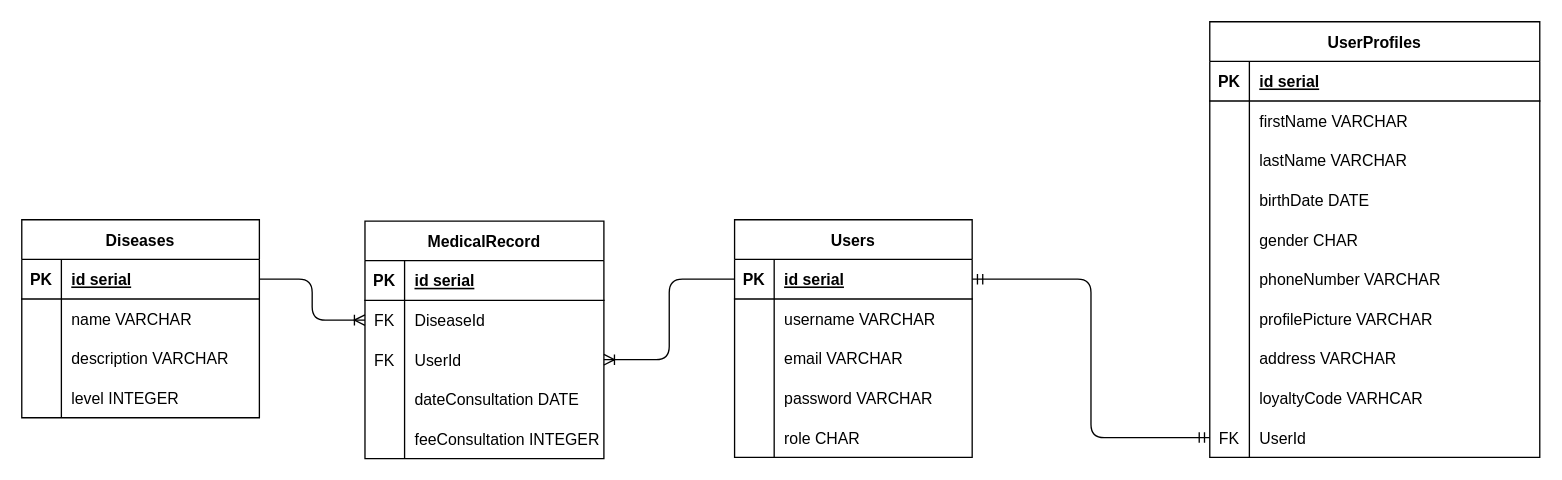
This is schema.drawio from liliane673/GetWellSoon, a draw.io file, before an edit. Source tidied: cells renumbered, new cells numbered last; positions are measured from the earlier drawing's top-left corner, leaving out a move shared by most shapes. Both pictures are drawn from the tidied source at 132%, with x=0, y=0 at pixel (21, 21).
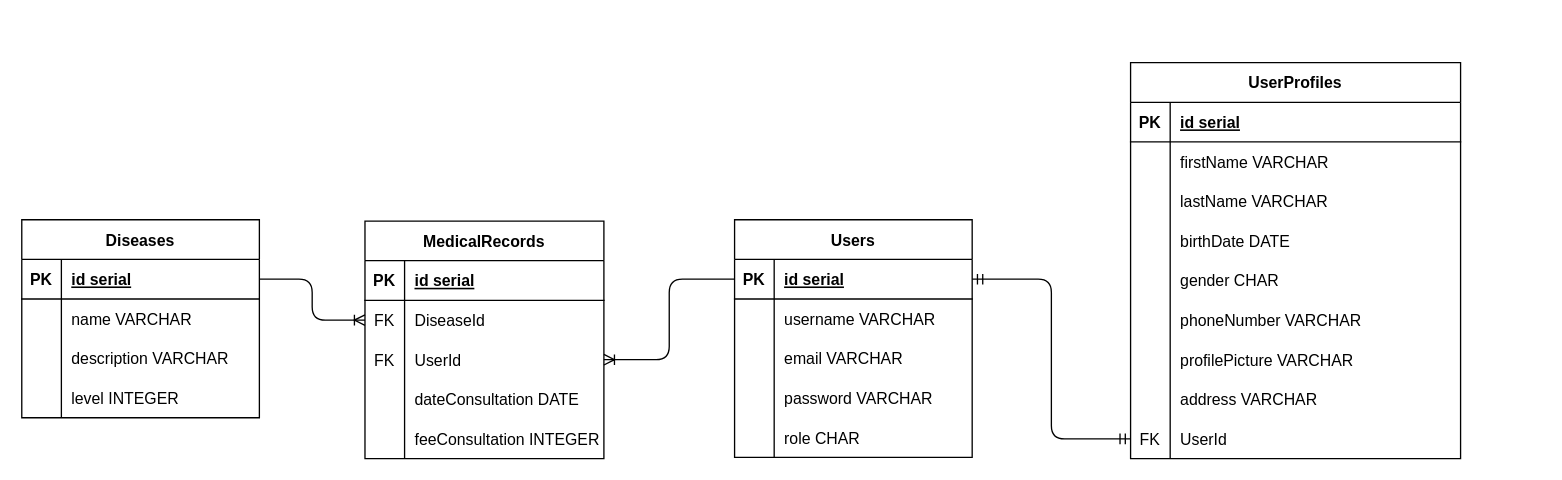
Above is the later version.

Diff of the diagram source:
```diff
@@
     <mxCell id="18" value="UserProfiles" style="shape=table;startSize=30;childLayout=tableLayout;rowLines=0;fontStyle=1;align=center;" parent="1" vertex="1">
-      <mxGeometry x="900" width="250" height="330" as="geometry" />
+      <mxGeometry x="840" y="31" width="250" height="300" as="geometry" />
     </mxCell>
@@
-    <mxCell id="43" style="shape=tableRow;horizontal=0;startSize=0;swimlaneHead=0;swimlaneBody=0;fillColor=none;top=0;left=0;right=0;bottom=0;" parent="18" vertex="1">
-      <mxGeometry y="270" width="250" height="30" as="geometry" />
-    </mxCell>
-    <mxCell id="44" style="shape=partialRectangle;fillColor=none;top=0;left=0;bottom=0;right=0;overflow=hidden;" parent="43" vertex="1">
-      <mxGeometry width="30" height="30" as="geometry" />
-    </mxCell>
-    <mxCell id="45" value="loyaltyCode VARHCAR" style="shape=partialRectangle;fillColor=none;top=0;left=0;bottom=0;right=0;align=left;spacingLeft=6;overflow=hidden;" parent="43" vertex="1">
-      <mxGeometry x="30" width="220" height="30" as="geometry" />
-    </mxCell>
     <mxCell id="46" style="shape=tableRow;horizontal=0;startSize=0;swimlaneHead=0;swimlaneBody=0;fillColor=none;points=[[0,0.5],[1,0.5]];portConstraint=eastwest;top=0;left=0;right=0;bottom=0;" parent="18" vertex="1">
-      <mxGeometry y="300" width="250" height="30" as="geometry" />
+      <mxGeometry y="270" width="250" height="30" as="geometry" />
     </mxCell>
@@
-    <mxCell id="63" value="MedicalRecord" style="shape=table;startSize=30;childLayout=tableLayout;rowLines=0;fontStyle=1;align=center;" parent="1" vertex="1">
+    <mxCell id="63" value="MedicalRecords" style="shape=table;startSize=30;childLayout=tableLayout;rowLines=0;fontStyle=1;align=center;" parent="1" vertex="1">
       <mxGeometry x="260" y="151" width="181" height="180" as="geometry" />
     </mxCell>
```
